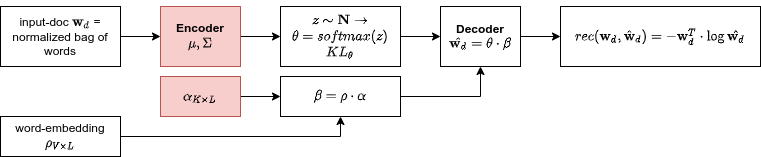
This is draw_pipeline/ETM.drawio.png from hanhluukim/replication-topic-modelling-in-embedding-space, a draw.io export, as it was before one commit. Source tidied: cells renumbered, new cells last; positions are measured from the earlier drawing's top-left corner, leaving out a move shared by most shapes.
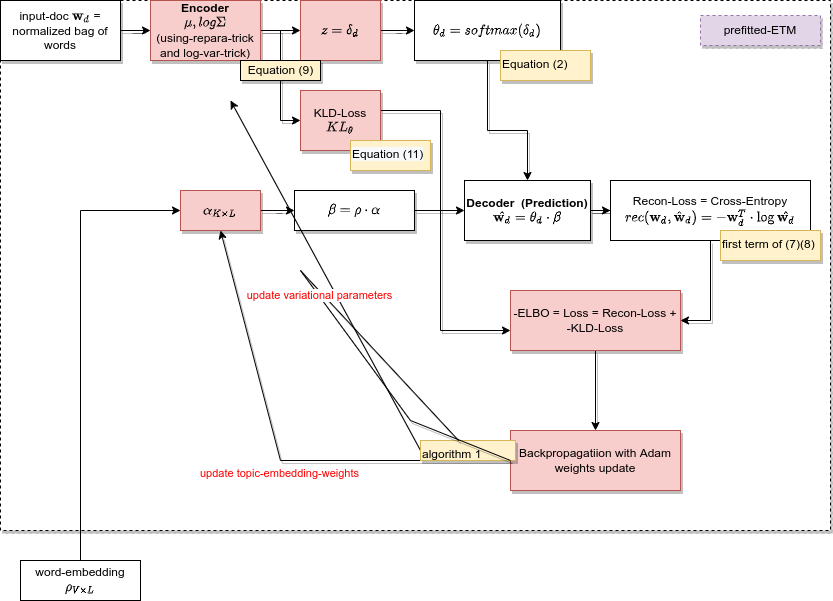
After the change.

Change to the diagram source:
```diff
@@ -2,50 +2,139 @@
   <root>
     <mxCell id="0" />
     <mxCell id="1" parent="0" />
+    <mxCell id="17" style="rounded=0;whiteSpace=wrap;html=1;shadow=1;labelBackgroundColor=none;fontColor=#FF0000;strokeColor=default;dashed=1;" parent="1" vertex="1">
+      <mxGeometry x="-20" width="830" height="530" as="geometry" />
+    </mxCell>
-    <mxCell id="2" style="edgeStyle=orthogonalEdgeStyle;rounded=0;jettySize=auto;html=1;" parent="1" edge="1" source="3" target="5">
+    <mxCell id="2" style="edgeStyle=orthogonalEdgeStyle;rounded=0;jettySize=auto;html=1;shadow=1;" parent="1" edge="1" source="3" target="5">
       <mxGeometry relative="1" as="geometry" />
     </mxCell>
-    <mxCell id="3" value="input-doc \(\mathbf{w}_d\) = normalized bag of words" style="rounded=0;whiteSpace=wrap;html=1;" parent="1" vertex="1">
-      <mxGeometry width="120" height="60" as="geometry" />
+    <mxCell id="3" value="input-doc \(\mathbf{w}_d\) = normalized bag of words" style="rounded=0;whiteSpace=wrap;html=1;shadow=1;" parent="1" vertex="1">
+      <mxGeometry x="-20" width="120" height="60" as="geometry" />
     </mxCell>
-    <mxCell id="4" style="edgeStyle=orthogonalEdgeStyle;rounded=0;jettySize=auto;html=1;" parent="1" edge="1" source="5" target="7">
+    <mxCell id="4" style="edgeStyle=orthogonalEdgeStyle;rounded=0;jettySize=auto;html=1;startArrow=none;shadow=1;" parent="1" edge="1" source="22" target="7">
       <mxGeometry relative="1" as="geometry" />
     </mxCell>
+    <mxCell id="18" style="edgeStyle=orthogonalEdgeStyle;rounded=0;jettySize=auto;html=1;shadow=1;" parent="1" edge="1" source="5" target="22">
+      <mxGeometry relative="1" as="geometry" />
+    </mxCell>
+    <mxCell id="19" style="edgeStyle=orthogonalEdgeStyle;rounded=0;jettySize=auto;html=1;entryX=0;entryY=0.5;entryDx=0;entryDy=0;shadow=1;" parent="1" edge="1" source="5" target="25">
+      <mxGeometry relative="1" as="geometry" />
+    </mxCell>
-    <mxCell id="5" value="&lt;b&gt;Encoder&lt;/b&gt;&lt;br&gt;\(\mu, \Sigma\)" style="whiteSpace=wrap;html=1;rounded=0;fillColor=#f8cecc;strokeColor=#b85450;" parent="1" vertex="1">
-      <mxGeometry x="160" width="80" height="60" as="geometry" />
+    <mxCell id="5" value="&lt;b&gt;Encoder&lt;/b&gt;&lt;br&gt;\(\mu, log \Sigma\)&lt;br&gt;(using-repara-trick and log-var-trick)" style="whiteSpace=wrap;html=1;rounded=0;fillColor=#f8cecc;strokeColor=#b85450;shadow=1;" parent="1" vertex="1">
+      <mxGeometry x="130" width="110" height="60" as="geometry" />
     </mxCell>
-    <mxCell id="6" style="edgeStyle=orthogonalEdgeStyle;rounded=0;jettySize=auto;html=1;" parent="1" edge="1" source="7" target="15">
-      <mxGeometry relative="1" as="geometry" />
+    <mxCell id="6" style="edgeStyle=orthogonalEdgeStyle;rounded=0;jettySize=auto;html=1;shadow=1;" parent="1" edge="1" source="7" target="15">
+      <mxGeometry relative="1" as="geometry">
+        <Array as="points">
+          <mxPoint x="467" y="130" />
+        </Array>
+      </mxGeometry>
     </mxCell>
-    <mxCell id="7" value="\(z \sim \mathbf{N} \rightarrow\)&lt;br&gt;\(\theta = softmax(z)\)&lt;br&gt;\(KL_{\theta}&lt;br&gt;\)" style="whiteSpace=wrap;html=1;rounded=0;" parent="1" vertex="1">
-      <mxGeometry x="280" width="120" height="60" as="geometry" />
+    <mxCell id="7" value="\(\theta_d = softmax(\delta_d)\)" style="whiteSpace=wrap;html=1;rounded=0;shadow=1;" parent="1" vertex="1">
+      <mxGeometry x="394" width="146" height="60" as="geometry" />
     </mxCell>
-    <mxCell id="8" style="edgeStyle=orthogonalEdgeStyle;rounded=0;jettySize=auto;html=1;entryX=0.5;entryY=1;entryDx=0;entryDy=0;" parent="1" edge="1" source="9" target="13">
-      <mxGeometry relative="1" as="geometry" />
-    </mxCell>
+    <mxCell id="20" style="edgeStyle=orthogonalEdgeStyle;rounded=0;jettySize=auto;html=1;entryX=0;entryY=0.5;entryDx=0;entryDy=0;" parent="1" edge="1" source="9" target="11">
+      <mxGeometry relative="1" as="geometry">
+        <Array as="points">
+          <mxPoint x="60" y="210" />
+        </Array>
+      </mxGeometry>
+    </mxCell>
     <mxCell id="9" value="word-embedding&lt;br&gt;\(\rho_{V \times L}\)" style="whiteSpace=wrap;html=1;rounded=0;" parent="1" vertex="1">
-      <mxGeometry y="110" width="120" height="40" as="geometry" />
+      <mxGeometry y="560" width="120" height="40" as="geometry" />
     </mxCell>
-    <mxCell id="10" style="edgeStyle=orthogonalEdgeStyle;rounded=0;jettySize=auto;html=1;" parent="1" edge="1" source="11" target="13">
+    <mxCell id="10" style="edgeStyle=orthogonalEdgeStyle;rounded=0;jettySize=auto;html=1;shadow=1;" parent="1" edge="1" source="11" target="13">
       <mxGeometry relative="1" as="geometry" />
     </mxCell>
-    <mxCell id="11" value="\(\alpha_{K \times L}\)" style="whiteSpace=wrap;html=1;rounded=0;fillColor=#f8cecc;strokeColor=#b85450;" parent="1" vertex="1">
-      <mxGeometry x="160" y="70" width="80" height="40" as="geometry" />
+    <mxCell id="11" value="\(\alpha_{K \times L}\)" style="whiteSpace=wrap;html=1;rounded=0;fillColor=#f8cecc;strokeColor=#b85450;shadow=1;" parent="1" vertex="1">
+      <mxGeometry x="160" y="190" width="80" height="40" as="geometry" />
     </mxCell>
-    <mxCell id="12" style="edgeStyle=orthogonalEdgeStyle;rounded=0;jettySize=auto;html=1;entryX=0.5;entryY=1;entryDx=0;entryDy=0;" parent="1" edge="1" source="13" target="15">
+    <mxCell id="12" style="edgeStyle=orthogonalEdgeStyle;rounded=0;jettySize=auto;html=1;entryX=0;entryY=0.5;entryDx=0;entryDy=0;shadow=1;" parent="1" edge="1" source="13" target="15">
       <mxGeometry relative="1" as="geometry" />
     </mxCell>
-    <mxCell id="13" value="\(\beta = \rho \cdot \alpha\)" style="whiteSpace=wrap;html=1;rounded=0;" parent="1" vertex="1">
-      <mxGeometry x="280" y="70" width="120" height="40" as="geometry" />
+    <mxCell id="13" value="\(\beta = \rho \cdot \alpha\)" style="whiteSpace=wrap;html=1;rounded=0;shadow=1;" parent="1" vertex="1">
+      <mxGeometry x="274" y="190" width="120" height="40" as="geometry" />
     </mxCell>
-    <mxCell id="14" style="edgeStyle=orthogonalEdgeStyle;rounded=0;jettySize=auto;html=1;" parent="1" edge="1" source="15" target="16">
+    <mxCell id="14" style="edgeStyle=orthogonalEdgeStyle;rounded=0;jettySize=auto;html=1;shadow=1;" parent="1" edge="1" source="15" target="16">
       <mxGeometry relative="1" as="geometry" />
     </mxCell>
-    <mxCell id="15" value="&lt;b&gt;Decoder&lt;/b&gt;&lt;br&gt;\( \hat{\mathbf{w}_d} = \theta \cdot \beta\)" style="whiteSpace=wrap;html=1;rounded=0;" parent="1" vertex="1">
-      <mxGeometry x="440" width="80" height="60" as="geometry" />
+    <mxCell id="15" value="&lt;b&gt;Decoder&amp;nbsp; (Prediction)&lt;/b&gt;&lt;br&gt;\( \hat{\mathbf{w}_d} = \theta_d \cdot \beta\)" style="whiteSpace=wrap;html=1;rounded=0;shadow=1;" parent="1" vertex="1">
+      <mxGeometry x="444" y="180" width="126" height="60" as="geometry" />
     </mxCell>
+    <mxCell id="21" style="edgeStyle=orthogonalEdgeStyle;rounded=0;jettySize=auto;html=1;entryX=1;entryY=0.5;entryDx=0;entryDy=0;shadow=1;" parent="1" edge="1" source="16" target="30">
+      <mxGeometry relative="1" as="geometry" />
+    </mxCell>
-    <mxCell id="16" value="\(&lt;br&gt;rec(\mathbf{w}_d, \hat{\mathbf{w}}_d)&lt;br&gt;=&amp;nbsp; - \mathbf{w}^T_d \cdot \log \hat{\mathbf{w}_d}\)" style="whiteSpace=wrap;html=1;rounded=0;" parent="1" vertex="1">
-      <mxGeometry x="560" width="200" height="60" as="geometry" />
+    <mxCell id="16" value="Recon-Loss = Cross-Entropy&lt;br&gt;\(&lt;br&gt;rec(\mathbf{w}_d, \hat{\mathbf{w}}_d)&lt;br&gt;=&amp;nbsp; - \mathbf{w}^T_d \cdot \log \hat{\mathbf{w}_d}\)" style="whiteSpace=wrap;html=1;rounded=0;" parent="1" vertex="1">
+      <mxGeometry x="590" y="180" width="200" height="60" as="geometry" />
     </mxCell>
+    <mxCell id="22" value="\(z = \delta_d\)" style="whiteSpace=wrap;html=1;rounded=0;fillColor=#f8cecc;strokeColor=#b85450;shadow=1;" parent="1" vertex="1">
+      <mxGeometry x="280" width="80" height="60" as="geometry" />
+    </mxCell>
+    <mxCell id="23" value="Equation (9)" style="text;html=1;align=center;verticalAlign=middle;strokeColor=default;fillColor=#fff2cc;rounded=0;shadow=1;" parent="1" vertex="1">
+      <mxGeometry x="220" y="60" width="80" height="20" as="geometry" />
+    </mxCell>
+    <mxCell id="24" style="edgeStyle=orthogonalEdgeStyle;rounded=0;jettySize=auto;html=1;shadow=1;" parent="1" edge="1" source="25" target="30">
+      <mxGeometry relative="1" as="geometry">
+        <Array as="points">
+          <mxPoint x="420" y="110" />
+          <mxPoint x="420" y="330" />
+        </Array>
+      </mxGeometry>
+    </mxCell>
+    <mxCell id="25" value="KLD-Loss&lt;br&gt;\(KL_{\theta}\)" style="whiteSpace=wrap;html=1;rounded=0;fillColor=#f8cecc;strokeColor=#b85450;shadow=1;" parent="1" vertex="1">
+      <mxGeometry x="280" y="90" width="80" height="60" as="geometry" />
+    </mxCell>
+    <mxCell id="26" value="&lt;div style=&quot;text-align: center;&quot;&gt;&lt;span style=&quot;background-color: initial;&quot;&gt;Equation (2)&lt;/span&gt;&lt;/div&gt;" style="text;whiteSpace=wrap;html=1;fillColor=#fff2cc;strokeColor=#d6b656;shadow=1;" parent="1" vertex="1">
+      <mxGeometry x="480" y="50" width="90" height="30" as="geometry" />
+    </mxCell>
+    <mxCell id="27" value="&lt;span style=&quot;color: rgb(0, 0, 0); font-family: Helvetica; font-size: 12px; font-style: normal; font-variant-ligatures: normal; font-variant-caps: normal; font-weight: 400; letter-spacing: normal; orphans: 2; text-align: center; text-indent: 0px; text-transform: none; widows: 2; word-spacing: 0px; -webkit-text-stroke-width: 0px; background-color: rgb(248, 249, 250); text-decoration-thickness: initial; text-decoration-style: initial; text-decoration-color: initial; float: none; display: inline !important;&quot;&gt;Equation (11)&lt;/span&gt;" style="text;whiteSpace=wrap;html=1;fillColor=#fff2cc;strokeColor=#d6b656;shadow=1;" parent="1" vertex="1">
+      <mxGeometry x="330" y="140" width="80" height="30" as="geometry" />
+    </mxCell>
+    <mxCell id="28" value="&lt;div style=&quot;text-align: center;&quot;&gt;&lt;span style=&quot;background-color: initial;&quot;&gt;first term of (7)(8)&lt;/span&gt;&lt;/div&gt;" style="text;whiteSpace=wrap;html=1;fillColor=#fff2cc;strokeColor=#d6b656;shadow=1;" parent="1" vertex="1">
+      <mxGeometry x="700" y="230" width="100" height="30" as="geometry" />
+    </mxCell>
+    <mxCell id="29" style="edgeStyle=orthogonalEdgeStyle;rounded=0;jettySize=auto;html=1;shadow=1;fontColor=#FF0000;" parent="1" edge="1" source="30" target="32">
+      <mxGeometry relative="1" as="geometry" />
+    </mxCell>
+    <mxCell id="30" value="-ELBO = Loss = Recon-Loss + -KLD-Loss" style="whiteSpace=wrap;html=1;rounded=0;fillColor=#f8cecc;strokeColor=#b85450;shadow=1;" parent="1" vertex="1">
+      <mxGeometry x="490" y="290" width="170" height="60" as="geometry" />
+    </mxCell>
+    <mxCell id="31" style="endArrow=classic;html=1;rounded=0;shadow=1;exitX=0;exitY=0.5;exitDx=0;exitDy=0;startArrow=none;" parent="1" edge="1" source="36">
+      <mxGeometry relative="1" as="geometry">
+        <mxPoint x="210" y="100" as="targetPoint" />
+      </mxGeometry>
+    </mxCell>
+    <mxCell id="32" value="Backpropagatiion with Adam&lt;br&gt;weights update" style="whiteSpace=wrap;html=1;rounded=0;fillColor=#f8cecc;strokeColor=#b85450;shadow=1;" parent="1" vertex="1">
+      <mxGeometry x="490" y="430" width="170" height="60" as="geometry" />
+    </mxCell>
+    <mxCell id="33" style="endArrow=classic;html=1;rounded=0;shadow=1;fontColor=#FF0000;exitX=0;exitY=0.5;exitDx=0;exitDy=0;entryX=0.5;entryY=1;entryDx=0;entryDy=0;" parent="1" edge="1" source="32" target="11">
+      <mxGeometry relative="1" as="geometry">
+        <Array as="points">
+          <mxPoint x="260" y="460" />
+        </Array>
+      </mxGeometry>
+    </mxCell>
+    <mxCell id="34" value="update topic-embedding-weights" style="edgeLabel;html=1;align=center;verticalAlign=middle;rounded=0;shadow=1;labelBackgroundColor=none;fontColor=#FF0000;strokeColor=default;" parent="33" vertex="1">
+      <mxGeometry relative="1" as="geometry">
+        <mxPoint y="16" as="offset" />
+      </mxGeometry>
+    </mxCell>
+    <mxCell id="35" value="prefitted-ETM" style="text;html=1;strokeColor=#9673a6;fillColor=#e1d5e7;align=center;verticalAlign=middle;whiteSpace=wrap;rounded=0;shadow=1;dashed=1;labelBackgroundColor=none;" parent="1" vertex="1">
+      <mxGeometry x="680" y="15" width="120" height="30" as="geometry" />
+    </mxCell>
+    <mxCell id="36" value="&lt;div style=&quot;text-align: center;&quot;&gt;&lt;span style=&quot;background-color: initial;&quot;&gt;&lt;font color=&quot;#000000&quot;&gt;algorithm 1&lt;/font&gt;&lt;/span&gt;&lt;/div&gt;" style="text;whiteSpace=wrap;html=1;fillColor=#fff2cc;strokeColor=#d6b656;shadow=1;" parent="1" vertex="1">
+      <mxGeometry x="400" y="440" width="95" height="20" as="geometry" />
+    </mxCell>
+    <mxCell id="37" style="endArrow=none;html=1;rounded=0;shadow=1;exitX=0;exitY=0.5;exitDx=0;exitDy=0;" parent="1" edge="1" source="32" target="36">
+      <mxGeometry relative="1" as="geometry">
+        <Array as="points">
+          <mxPoint x="390" y="420" />
+          <mxPoint x="280" y="270" />
+        </Array>
+      </mxGeometry>
+    </mxCell>
+    <mxCell id="38" value="update variational parameters" style="edgeLabel;html=1;align=center;verticalAlign=middle;rounded=0;shadow=1;strokeColor=default;fontColor=#FF0000;" parent="37" vertex="1">
+      <mxGeometry relative="1" as="geometry" />
+    </mxCell>
   </root>
 </mxGraphModel>
```
